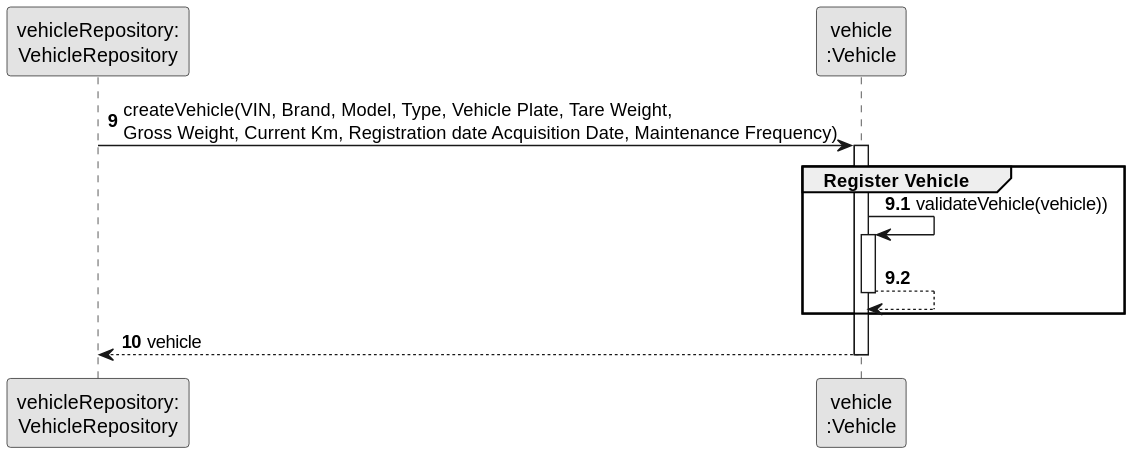
Above: docs/sprintB/us006/03.design/svg/us006-sequence-diagram-partial-register-vehicle.svg in ricardomm7/leaflink (PlantUML), before the change.
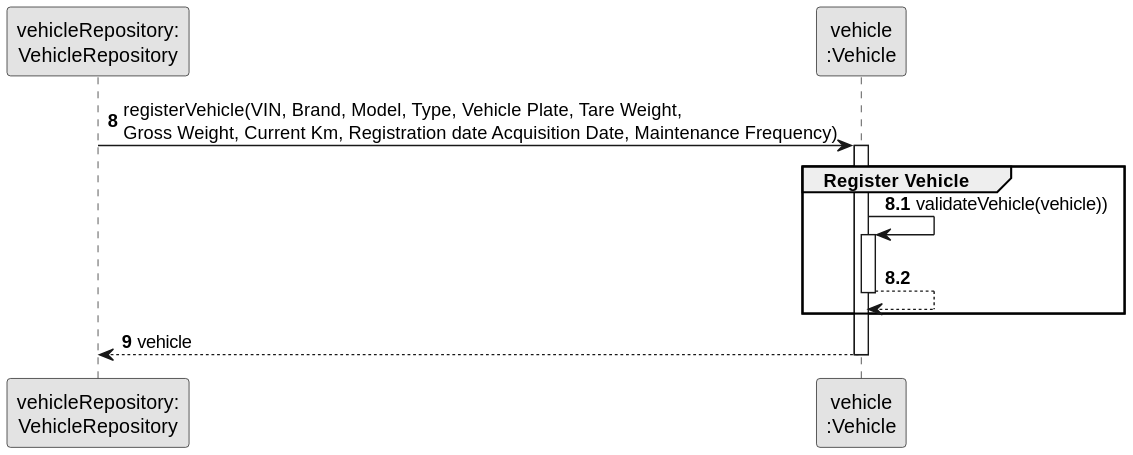
Later version of the same file.

Change to the diagram source:
```diff
@@ -6,12 +6,12 @@
 participant "vehicleRepository:\nVehicleRepository" as VehicleRepository
 participant "vehicle\n:Vehicle" as VEI
 
-autonumber 9
-            VehicleRepository -> VEI: createVehicle(VIN, Brand, Model, Type, Vehicle Plate, Tare Weight, \nGross Weight, Current Km, Registration date Acquisition Date, Maintenance Frequency)
+autonumber 8
+            VehicleRepository -> VEI: registerVehicle(VIN, Brand, Model, Type, Vehicle Plate, Tare Weight, \nGross Weight, Current Km, Registration date Acquisition Date, Maintenance Frequency)
 
 activate VEI
     group Register Vehicle
-    autonumber 9.1
+    autonumber 8.1
 
 
                               VEI -> VEI: validateVehicle(vehicle))
@@ -25,7 +25,7 @@
 
     end
 
-autonumber 10
+autonumber 9
     VEI --> VehicleRepository: vehicle
 deactivate VEI
 @enduml
```
